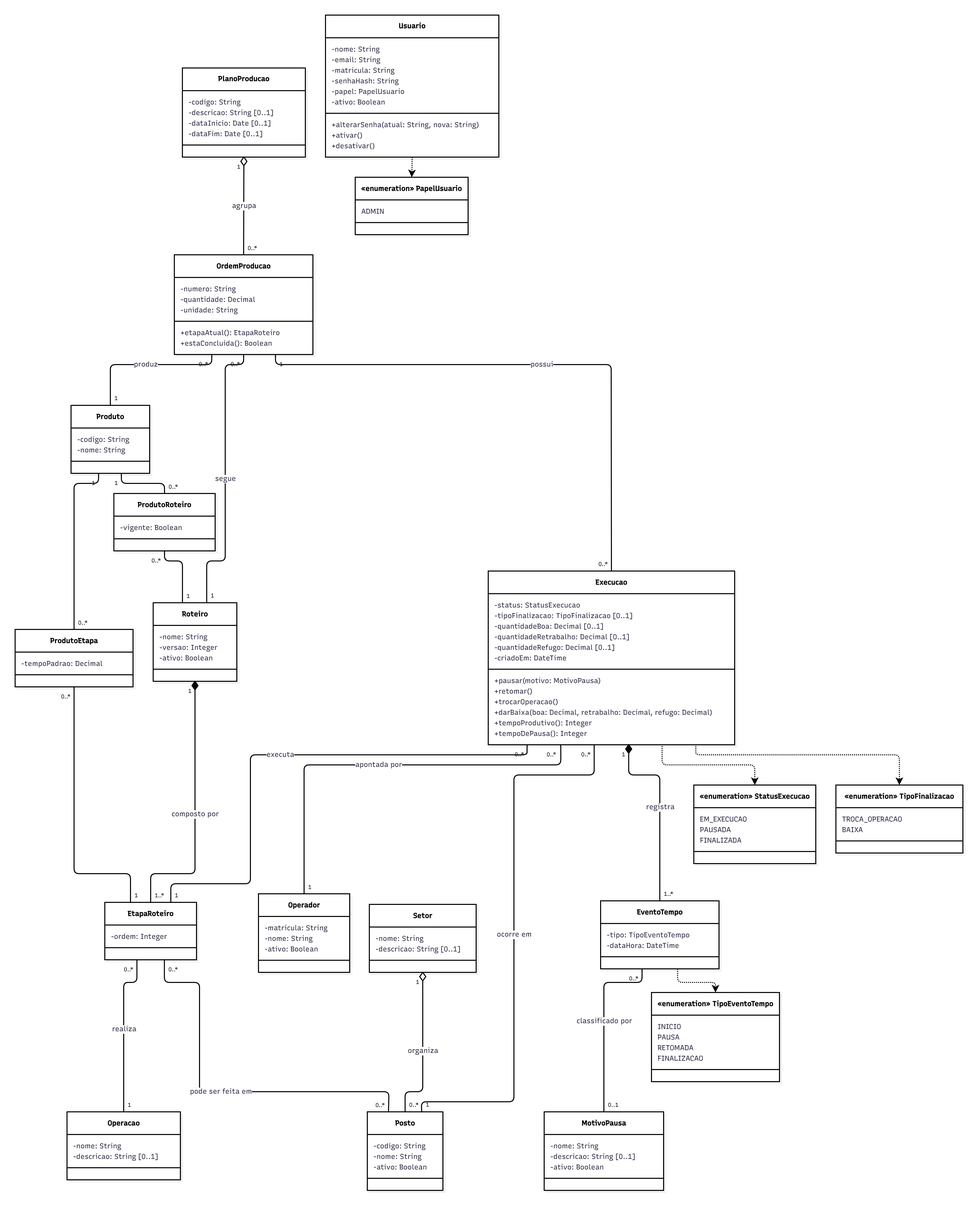
Earlier version of the draw.io export docs/domain/diagrama-de-classes.drawio.png (MateusGanda/Nivelamento-de-Processos). Source tidied: cells renumbered, new cells last; positions are measured from the earlier drawing's top-left corner, leaving out a move shared by most shapes.
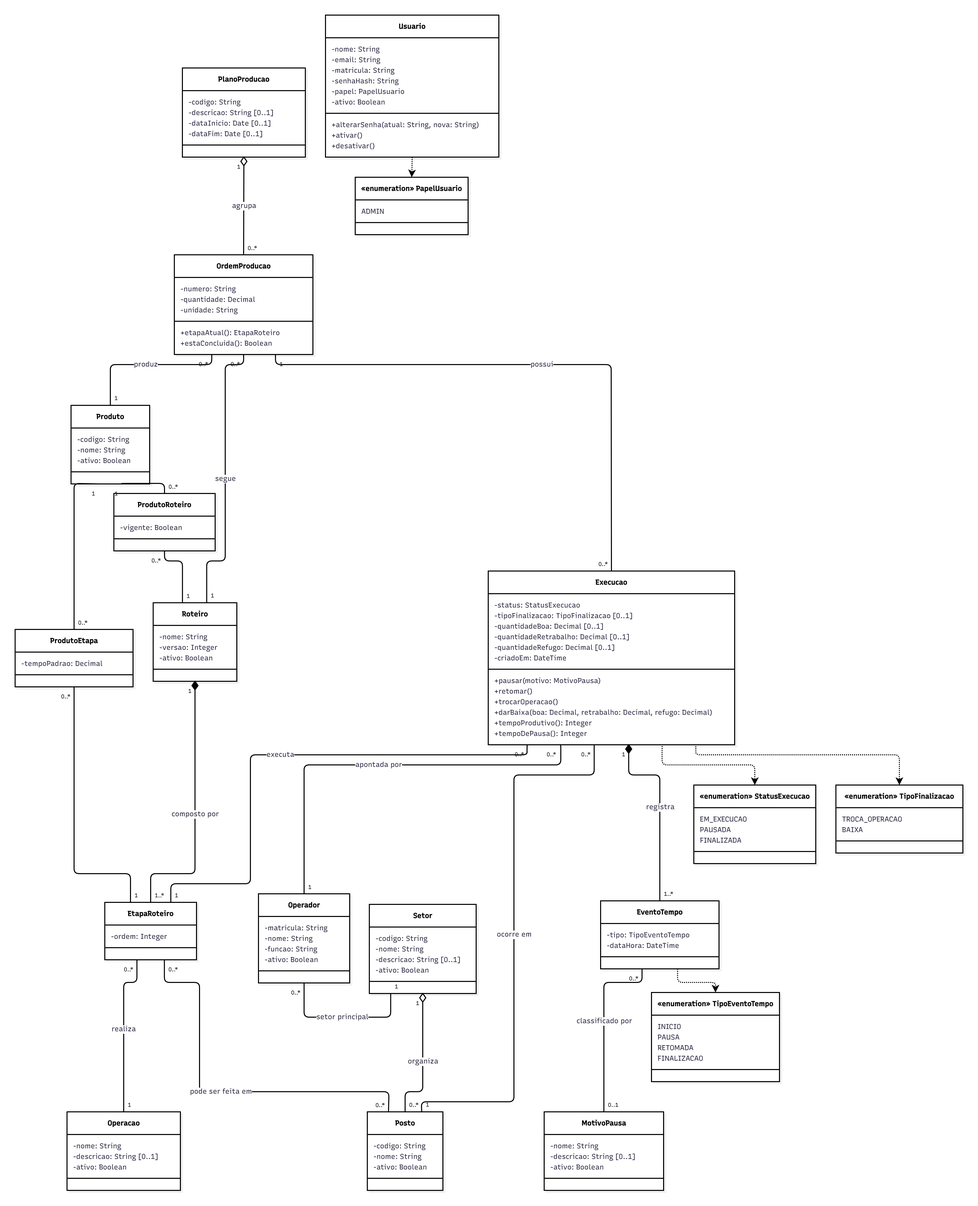
Above is the later version.

Commit message:
docs: atualiza os capítulos 3 e 5 do TCC e os diagramas de classes e de casos de uso

Change to the diagram source:
```diff
@@ -6,7 +6,7 @@
       <mxGeometry as="geometry" />
     </mxCell>
     <mxCell id="3" value="&lt;b&gt;Produto&lt;/b&gt;" style="swimlane;html=1;fontStyle=1;fontSize=14;align=center;verticalAlign=middle;horizontal=1;startSize=45;swimlaneFillColor=default;whiteSpace=wrap;fillColor=default;strokeColor=default;fontColor=default;fontFamily=Recursive;strokeWidth=2;shadow=1;shadowColor=#000000;shadowOffsetX=4;shadowOffsetY=4;shadowBlur=0;shadowOpacity=6;fontSource=https%3A%2F%2Ffonts.googleapis.com%2Fcss%3Ffamily%3DRecursive;" parent="2" vertex="1">
-      <mxGeometry x="141" y="805" width="156" height="135" as="geometry" />
+      <mxGeometry x="141" y="805" width="156" height="156" as="geometry" />
     </mxCell>
     <mxCell id="4" value="-codigo: String" style="text;fontSize=14;strokeColor=none;fillColor=none;align=left;verticalAlign=middle;spacingLeft=10;spacingRight=12;spacingBottom=2;overflow=hidden;fontFamily=Recursive;fontColor=#28253D;fontSource=https%3A%2F%2Ffonts.googleapis.com%2Fcss%3Ffamily%3DRecursive;" parent="3" vertex="1">
       <mxGeometry y="57" width="156" height="21" as="geometry" />
@@ -14,11 +14,14 @@
     <mxCell id="5" value="-nome: String" style="text;fontSize=14;strokeColor=none;fillColor=none;align=left;verticalAlign=middle;spacingLeft=10;spacingRight=12;spacingBottom=2;overflow=hidden;fontFamily=Recursive;fontColor=#28253D;fontSource=https%3A%2F%2Ffonts.googleapis.com%2Fcss%3Ffamily%3DRecursive;" parent="3" vertex="1">
       <mxGeometry y="78" width="156" height="21" as="geometry" />
     </mxCell>
+    <mxCell id="159" value="-ativo: Boolean" style="text;fontSize=14;strokeColor=none;fillColor=none;align=left;verticalAlign=middle;spacingLeft=10;spacingRight=12;spacingBottom=2;overflow=hidden;fontFamily=Recursive;fontColor=#28253D;fontSource=https%3A%2F%2Ffonts.googleapis.com%2Fcss%3Ffamily%3DRecursive;" parent="3" vertex="1">
+      <mxGeometry y="99" width="156" height="21" as="geometry" />
+    </mxCell>
     <mxCell id="6" style="line;strokeWidth=2;fillColor=none;spacingLeft=3;spacingRight=3;strokeColor=inherit;" parent="3" vertex="1">
-      <mxGeometry y="99" width="156" height="24" as="geometry" />
+      <mxGeometry y="120" width="156" height="24" as="geometry" />
     </mxCell>
     <mxCell id="7" value="&lt;b&gt;Operacao&lt;/b&gt;" style="swimlane;html=1;fontStyle=1;fontSize=14;align=center;verticalAlign=middle;horizontal=1;startSize=45;swimlaneFillColor=default;whiteSpace=wrap;fillColor=default;strokeColor=default;fontColor=default;fontFamily=Recursive;strokeWidth=2;shadow=1;shadowColor=#000000;shadowOffsetX=4;shadowOffsetY=4;shadowBlur=0;shadowOpacity=6;fontSource=https%3A%2F%2Ffonts.googleapis.com%2Fcss%3Ffamily%3DRecursive;" parent="2" vertex="1">
-      <mxGeometry x="133" y="2208" width="225" height="135" as="geometry" />
+      <mxGeometry x="133" y="2208" width="225" height="156" as="geometry" />
     </mxCell>
     <mxCell id="8" value="-nome: String" style="text;fontSize=14;strokeColor=none;fillColor=none;align=left;verticalAlign=middle;spacingLeft=10;spacingRight=12;spacingBottom=2;overflow=hidden;fontFamily=Recursive;fontColor=#28253D;fontSource=https%3A%2F%2Ffonts.googleapis.com%2Fcss%3Ffamily%3DRecursive;" parent="7" vertex="1">
       <mxGeometry y="57" width="225" height="21" as="geometry" />
@@ -26,8 +29,11 @@
     <mxCell id="9" value="-descricao: String [0..1]" style="text;fontSize=14;strokeColor=none;fillColor=none;align=left;verticalAlign=middle;spacingLeft=10;spacingRight=12;spacingBottom=2;overflow=hidden;fontFamily=Recursive;fontColor=#28253D;fontSource=https%3A%2F%2Ffonts.googleapis.com%2Fcss%3Ffamily%3DRecursive;" parent="7" vertex="1">
       <mxGeometry y="78" width="225" height="21" as="geometry" />
     </mxCell>
+    <mxCell id="160" value="-ativo: Boolean" style="text;fontSize=14;strokeColor=none;fillColor=none;align=left;verticalAlign=middle;spacingLeft=10;spacingRight=12;spacingBottom=2;overflow=hidden;fontFamily=Recursive;fontColor=#28253D;fontSource=https%3A%2F%2Ffonts.googleapis.com%2Fcss%3Ffamily%3DRecursive;" parent="7" vertex="1">
+      <mxGeometry y="99" width="225" height="21" as="geometry" />
+    </mxCell>
     <mxCell id="10" style="line;strokeWidth=2;fillColor=none;spacingLeft=3;spacingRight=3;strokeColor=inherit;" parent="7" vertex="1">
-      <mxGeometry y="99" width="225" height="24" as="geometry" />
+      <mxGeometry y="120" width="225" height="24" as="geometry" />
     </mxCell>
     <mxCell id="11" value="&lt;b&gt;Roteiro&lt;/b&gt;" style="swimlane;html=1;fontStyle=1;fontSize=14;align=center;verticalAlign=middle;horizontal=1;startSize=45;swimlaneFillColor=default;whiteSpace=wrap;fillColor=default;strokeColor=default;fontColor=default;fontFamily=Recursive;strokeWidth=2;shadow=1;shadowColor=#000000;shadowOffsetX=4;shadowOffsetY=4;shadowBlur=0;shadowOpacity=6;fontSource=https%3A%2F%2Ffonts.googleapis.com%2Fcss%3Ffamily%3DRecursive;" parent="2" vertex="1">
       <mxGeometry x="304" y="1197" width="166" height="156" as="geometry" />
@@ -111,16 +117,22 @@
       <mxGeometry y="165" width="275" height="21" as="geometry" />
     </mxCell>
     <mxCell id="38" value="&lt;b&gt;Setor&lt;/b&gt;" style="swimlane;html=1;fontStyle=1;fontSize=14;align=center;verticalAlign=middle;horizontal=1;startSize=45;swimlaneFillColor=default;whiteSpace=wrap;fillColor=default;strokeColor=default;fontColor=default;fontFamily=Recursive;strokeWidth=2;shadow=1;shadowColor=#000000;shadowOffsetX=4;shadowOffsetY=4;shadowBlur=0;shadowOpacity=6;fontSource=https%3A%2F%2Ffonts.googleapis.com%2Fcss%3Ffamily%3DRecursive;" parent="2" vertex="1">
-      <mxGeometry x="733" y="1796" width="212" height="135" as="geometry" />
+      <mxGeometry x="733" y="1796" width="212" height="177" as="geometry" />
     </mxCell>
+    <mxCell id="161" value="-codigo: String" style="text;fontSize=14;strokeColor=none;fillColor=none;align=left;verticalAlign=middle;spacingLeft=10;spacingRight=12;spacingBottom=2;overflow=hidden;fontFamily=Recursive;fontColor=#28253D;fontSource=https%3A%2F%2Ffonts.googleapis.com%2Fcss%3Ffamily%3DRecursive;" parent="38" vertex="1">
+      <mxGeometry y="57" width="212" height="21" as="geometry" />
+    </mxCell>
     <mxCell id="39" value="-nome: String" style="text;fontSize=14;strokeColor=none;fillColor=none;align=left;verticalAlign=middle;spacingLeft=10;spacingRight=12;spacingBottom=2;overflow=hidden;fontFamily=Recursive;fontColor=#28253D;fontSource=https%3A%2F%2Ffonts.googleapis.com%2Fcss%3Ffamily%3DRecursive;" parent="38" vertex="1">
-      <mxGeometry y="57" width="212" height="21" as="geometry" />
+      <mxGeometry y="78" width="212" height="21" as="geometry" />
     </mxCell>
     <mxCell id="40" value="-descricao: String [0..1]" style="text;fontSize=14;strokeColor=none;fillColor=none;align=left;verticalAlign=middle;spacingLeft=10;spacingRight=12;spacingBottom=2;overflow=hidden;fontFamily=Recursive;fontColor=#28253D;fontSource=https%3A%2F%2Ffonts.googleapis.com%2Fcss%3Ffamily%3DRecursive;" parent="38" vertex="1">
-      <mxGeometry y="78" width="212" height="21" as="geometry" />
+      <mxGeometry y="99" width="212" height="21" as="geometry" />
     </mxCell>
+    <mxCell id="162" value="-ativo: Boolean" style="text;fontSize=14;strokeColor=none;fillColor=none;align=left;verticalAlign=middle;spacingLeft=10;spacingRight=12;spacingBottom=2;overflow=hidden;fontFamily=Recursive;fontColor=#28253D;fontSource=https%3A%2F%2Ffonts.googleapis.com%2Fcss%3Ffamily%3DRecursive;" parent="38" vertex="1">
+      <mxGeometry y="120" width="212" height="21" as="geometry" />
+    </mxCell>
     <mxCell id="41" style="line;strokeWidth=2;fillColor=none;spacingLeft=3;spacingRight=3;strokeColor=inherit;" parent="38" vertex="1">
-      <mxGeometry y="99" width="212" height="24" as="geometry" />
+      <mxGeometry y="141" width="212" height="24" as="geometry" />
     </mxCell>
     <mxCell id="42" value="&lt;b&gt;Posto&lt;/b&gt;" style="swimlane;html=1;fontStyle=1;fontSize=14;align=center;verticalAlign=middle;horizontal=1;startSize=45;swimlaneFillColor=default;whiteSpace=wrap;fillColor=default;strokeColor=default;fontColor=default;fontFamily=Recursive;strokeWidth=2;shadow=1;shadowColor=#000000;shadowOffsetX=4;shadowOffsetY=4;shadowBlur=0;shadowOpacity=6;fontSource=https%3A%2F%2Ffonts.googleapis.com%2Fcss%3Ffamily%3DRecursive;" parent="2" vertex="1">
       <mxGeometry x="729" y="2208" width="150" height="156" as="geometry" />
@@ -138,7 +150,7 @@
       <mxGeometry y="120" width="150" height="24" as="geometry" />
     </mxCell>
     <mxCell id="47" value="&lt;b&gt;Operador&lt;/b&gt;" style="swimlane;html=1;fontStyle=1;fontSize=14;align=center;verticalAlign=middle;horizontal=1;startSize=45;swimlaneFillColor=default;whiteSpace=wrap;fillColor=default;strokeColor=default;fontColor=default;fontFamily=Recursive;strokeWidth=2;shadow=1;shadowColor=#000000;shadowOffsetX=4;shadowOffsetY=4;shadowBlur=0;shadowOpacity=6;fontSource=https%3A%2F%2Ffonts.googleapis.com%2Fcss%3Ffamily%3DRecursive;" parent="2" vertex="1">
-      <mxGeometry x="513" y="1775" width="181" height="156" as="geometry" />
+      <mxGeometry x="513" y="1775" width="181" height="177" as="geometry" />
     </mxCell>
     <mxCell id="48" value="-matricula: String" style="text;fontSize=14;strokeColor=none;fillColor=none;align=left;verticalAlign=middle;spacingLeft=10;spacingRight=12;spacingBottom=2;overflow=hidden;fontFamily=Recursive;fontColor=#28253D;fontSource=https%3A%2F%2Ffonts.googleapis.com%2Fcss%3Ffamily%3DRecursive;" parent="47" vertex="1">
       <mxGeometry y="57" width="181" height="21" as="geometry" />
@@ -146,11 +158,14 @@
     <mxCell id="49" value="-nome: String" style="text;fontSize=14;strokeColor=none;fillColor=none;align=left;verticalAlign=middle;spacingLeft=10;spacingRight=12;spacingBottom=2;overflow=hidden;fontFamily=Recursive;fontColor=#28253D;fontSource=https%3A%2F%2Ffonts.googleapis.com%2Fcss%3Ffamily%3DRecursive;" parent="47" vertex="1">
       <mxGeometry y="78" width="181" height="21" as="geometry" />
     </mxCell>
+    <mxCell id="163" value="-funcao: String" style="text;fontSize=14;strokeColor=none;fillColor=none;align=left;verticalAlign=middle;spacingLeft=10;spacingRight=12;spacingBottom=2;overflow=hidden;fontFamily=Recursive;fontColor=#28253D;fontSource=https%3A%2F%2Ffonts.googleapis.com%2Fcss%3Ffamily%3DRecursive;" parent="47" vertex="1">
+      <mxGeometry y="99" width="181" height="21" as="geometry" />
+    </mxCell>
     <mxCell id="50" value="-ativo: Boolean" style="text;fontSize=14;strokeColor=none;fillColor=none;align=left;verticalAlign=middle;spacingLeft=10;spacingRight=12;spacingBottom=2;overflow=hidden;fontFamily=Recursive;fontColor=#28253D;fontSource=https%3A%2F%2Ffonts.googleapis.com%2Fcss%3Ffamily%3DRecursive;" parent="47" vertex="1">
-      <mxGeometry y="99" width="181" height="21" as="geometry" />
+      <mxGeometry y="120" width="181" height="21" as="geometry" />
     </mxCell>
     <mxCell id="51" style="line;strokeWidth=2;fillColor=none;spacingLeft=3;spacingRight=3;strokeColor=inherit;" parent="47" vertex="1">
-      <mxGeometry y="120" width="181" height="24" as="geometry" />
+      <mxGeometry y="141" width="181" height="24" as="geometry" />
     </mxCell>
     <mxCell id="52" value="&lt;b&gt;Execucao&lt;/b&gt;" style="swimlane;html=1;fontStyle=1;fontSize=14;align=center;verticalAlign=middle;horizontal=1;startSize=45;swimlaneFillColor=default;whiteSpace=wrap;fillColor=default;strokeColor=default;fontColor=default;fontFamily=Recursive;strokeWidth=2;shadow=1;shadowColor=#000000;shadowOffsetX=4;shadowOffsetY=4;shadowBlur=0;shadowOpacity=6;fontSource=https%3A%2F%2Ffonts.googleapis.com%2Fcss%3Ffamily%3DRecursive;" parent="2" vertex="1">
       <mxGeometry x="969" y="1134" width="489" height="345" as="geometry" />
@@ -511,6 +526,20 @@
     <mxCell id="145" value="1" style="edgeLabel;labelBackgroundColor=none;fontSize=11;spacing=8;align=left;verticalAlign=bottom;fontFamily=Recursive;fontSource=https%3A%2F%2Ffonts.googleapis.com%2Fcss%3Ffamily%3DRecursive;" parent="143" vertex="1">
       <mxGeometry x="1" relative="1" as="geometry" />
     </mxCell>
+    <mxCell id="164" value="setor principal" style="edgeStyle=orthogonalEdgeStyle;rounded=1;curved=0;startArrow=none;endArrow=none;jumpStyle=arc;jumpSize=12;strokeColor=#000000;html=1;fontSize=14;labelBackgroundColor=#ffffff;fontFamily=Recursive;fontColor=#28253D;exitX=0.5;exitY=1;entryX=0.2;entryY=1;strokeWidth=2;fontSource=https%3A%2F%2Ffonts.googleapis.com%2Fcss%3Ffamily%3DRecursive;" parent="2" edge="1" source="47" target="38">
+      <mxGeometry relative="1" as="geometry">
+        <Array as="points">
+          <mxPoint x="603" y="2020" />
+          <mxPoint x="775" y="2020" />
+        </Array>
+      </mxGeometry>
+    </mxCell>
+    <mxCell id="165" value="0..*" style="edgeLabel;labelBackgroundColor=none;fontSize=11;spacing=8;align=right;verticalAlign=top;fontFamily=Recursive;fontSource=https%3A%2F%2Ffonts.googleapis.com%2Fcss%3Ffamily%3DRecursive;" parent="164" vertex="1">
+      <mxGeometry x="-1" relative="1" as="geometry" />
+    </mxCell>
+    <mxCell id="166" value="1" style="edgeLabel;labelBackgroundColor=none;fontSize=11;spacing=8;align=left;verticalAlign=bottom;fontFamily=Recursive;fontSource=https%3A%2F%2Ffonts.googleapis.com%2Fcss%3Ffamily%3DRecursive;" parent="164" vertex="1">
+      <mxGeometry x="1" relative="1" as="geometry" />
+    </mxCell>
     <mxCell id="146" value="ocorre em" style="edgeStyle=orthogonalEdgeStyle;rounded=1;curved=0;startArrow=none;endArrow=none;jumpStyle=arc;jumpSize=12;strokeColor=#000000;html=1;fontSize=14;labelBackgroundColor=#ffffff;fontFamily=Recursive;fontColor=#28253D;exitX=0.43;exitY=1;entryX=0.72;entryY=0;strokeWidth=2;fontSource=https%3A%2F%2Ffonts.googleapis.com%2Fcss%3Ffamily%3DRecursive;" parent="2" edge="1" source="52" target="42">
       <mxGeometry relative="1" as="geometry">
         <Array as="points">
```
